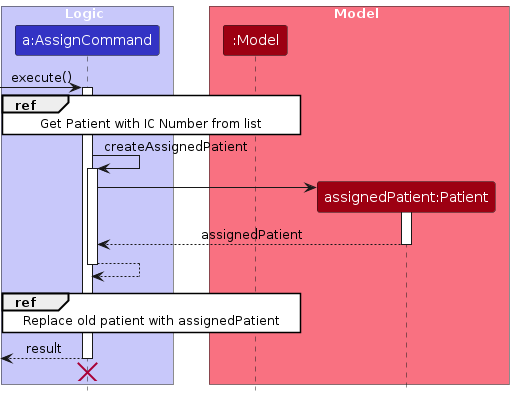
The PlantUML diagram diagrams/AssignSequenceDiagram.png in AaronJT1/tp, before a commit. Its source is kept beside it as diagrams/AssignSequenceDiagram.puml. Its diagram source:
```plantuml
@startuml
!include style.puml
skinparam ArrowFontStyle plain
skinparam sequenceReferenceBackgroundColor white

box Logic LOGIC_COLOR_T1
participant "a:AssignCommand" as AssignCommand LOGIC_COLOR
end box

box Model MODEL_COLOR_T1
participant ":Model" as Model MODEL_COLOR
participant "assignedPatient:Patient" as Patient MODEL_COLOR
end box

[-> AssignCommand : execute()
activate AssignCommand

ref over AssignCommand, Model : Get Patient with IC Number from list

AssignCommand -> AssignCommand :createAssignedPatient
activate AssignCommand

create Patient
AssignCommand -> Patient
activate Patient

Patient --> AssignCommand: assignedPatient
deactivate Patient

AssignCommand --> AssignCommand
deactivate AssignCommand

AssignCommand -[hidden]-> Model

ref over AssignCommand, Model : Replace old patient with assignedPatient

[<-- AssignCommand : result
deactivate AssignCommand
<-[hidden]- AssignCommand
destroy AssignCommand
@enduml
```
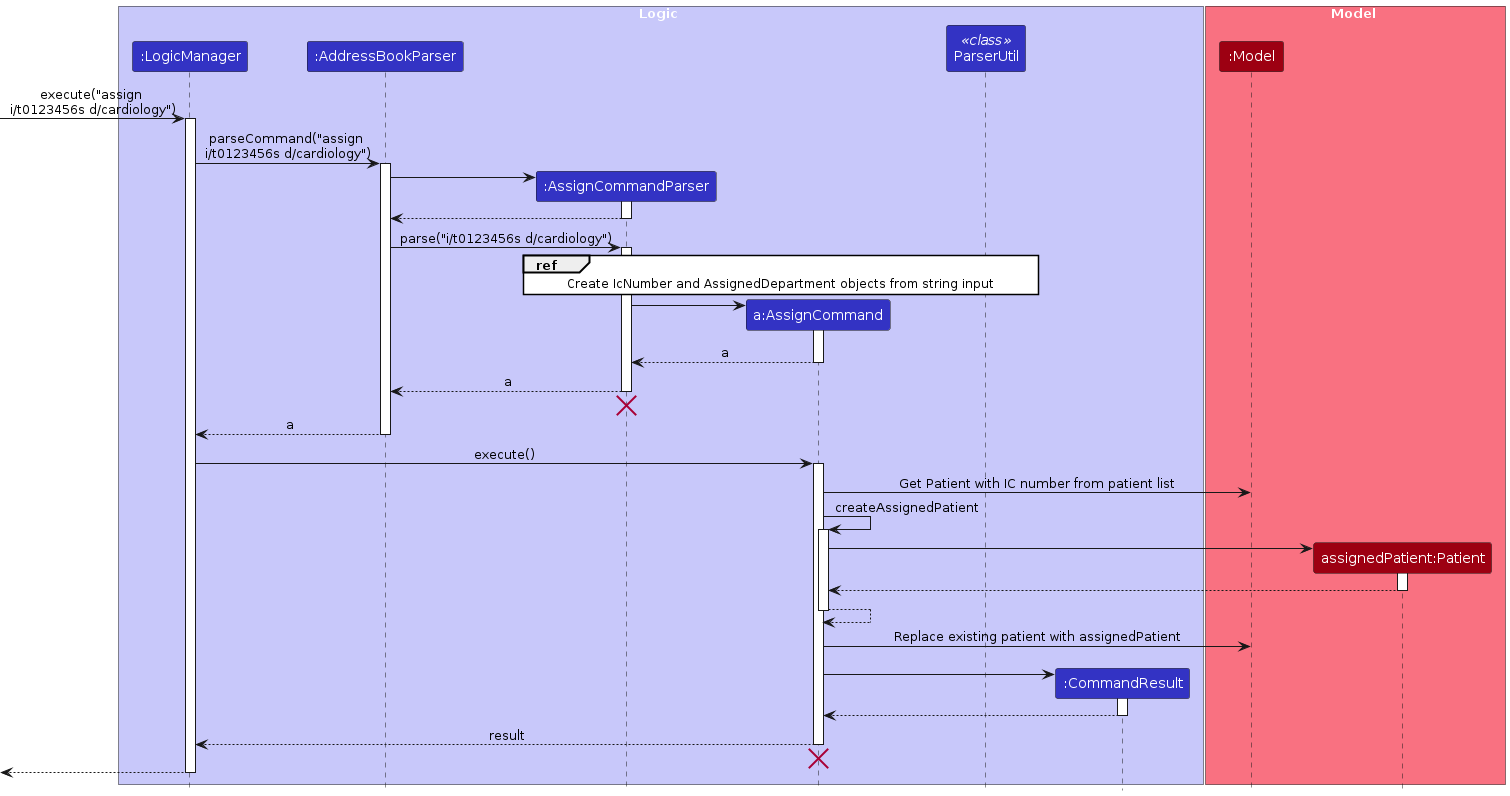
After the commit.

Change to the diagram source:
```diff
@@ -3,8 +3,14 @@
 skinparam ArrowFontStyle plain
 skinparam sequenceReferenceBackgroundColor white
 
+
 box Logic LOGIC_COLOR_T1
+participant ":LogicManager" as LogicManager LOGIC_COLOR
+participant ":AddressBookParser" as AddressBookParser LOGIC_COLOR
+participant ":AssignCommandParser" as AssignCommandParser LOGIC_COLOR
 participant "a:AssignCommand" as AssignCommand LOGIC_COLOR
+participant "ParserUtil" as ParserUtil <<class>> LOGIC_COLOR
+participant ":CommandResult" as CommandResult LOGIC_COLOR
 end box
 
 box Model MODEL_COLOR_T1
@@ -12,10 +18,43 @@
 participant "assignedPatient:Patient" as Patient MODEL_COLOR
 end box
 
-[-> AssignCommand : execute()
+[-> LogicManager : execute("assign \ni/t0123456s d/cardiology")
+activate LogicManager
+
+LogicManager -> AddressBookParser : parseCommand("assign \ni/t0123456s d/cardiology")
+activate AddressBookParser
+
+create AssignCommandParser
+AddressBookParser -> AssignCommandParser
+activate AssignCommandParser
+
+AssignCommandParser --> AddressBookParser
+deactivate AssignCommandParser
+
+AddressBookParser -> AssignCommandParser : parse("i/t0123456s d/cardiology")
+activate AssignCommandParser
+
+ref over AssignCommandParser, ParserUtil : Create IcNumber and AssignedDepartment objects from string input
+
+create AssignCommand
+AssignCommandParser -> AssignCommand
 activate AssignCommand
 
-ref over AssignCommand, Model : Get Patient with IC Number from list
+AssignCommand --> AssignCommandParser : a
+deactivate AssignCommand
+
+AssignCommandParser --> AddressBookParser : a
+deactivate AssignCommandParser
+AssignCommandParser -[hidden]-> AddressBookParser
+destroy AssignCommandParser
+
+AddressBookParser --> LogicManager : a
+deactivate AddressBookParser
+
+LogicManager -> AssignCommand : execute()
+activate AssignCommand
+
+AssignCommand ->  Model : Get Patient with IC number from patient list
 
 AssignCommand -> AssignCommand :createAssignedPatient
 activate AssignCommand
@@ -24,18 +63,28 @@
 AssignCommand -> Patient
 activate Patient
 
-Patient --> AssignCommand: assignedPatient
+Patient --> AssignCommand
 deactivate Patient
 
 AssignCommand --> AssignCommand
 deactivate AssignCommand
 
+AssignCommand -> Model : Replace existing patient with assignedPatient
+
 AssignCommand -[hidden]-> Model
 
-ref over AssignCommand, Model : Replace old patient with assignedPatient
+create CommandResult
+AssignCommand -> CommandResult
+activate CommandResult
 
-[<-- AssignCommand : result
+CommandResult --> AssignCommand
+deactivate CommandResult
+
+AssignCommand --> LogicManager: result
 deactivate AssignCommand
 <-[hidden]- AssignCommand
 destroy AssignCommand
+
+[<--LogicManager
+deactivate LogicManager
 @enduml
```
